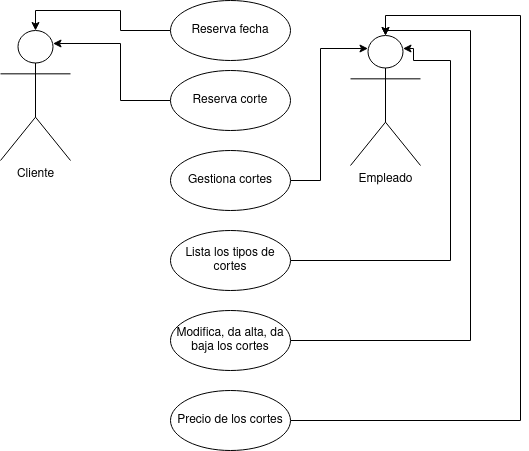
Before: doc/casos_uso/DrawIO/Casos-Uso.png, a diagram exported from draw.io (Jorgeev27/Servicio-Peluqueria). Source tidied: cells renumbered, new cells last; positions are measured from the earlier drawing's top-left corner, leaving out a move shared by most shapes.
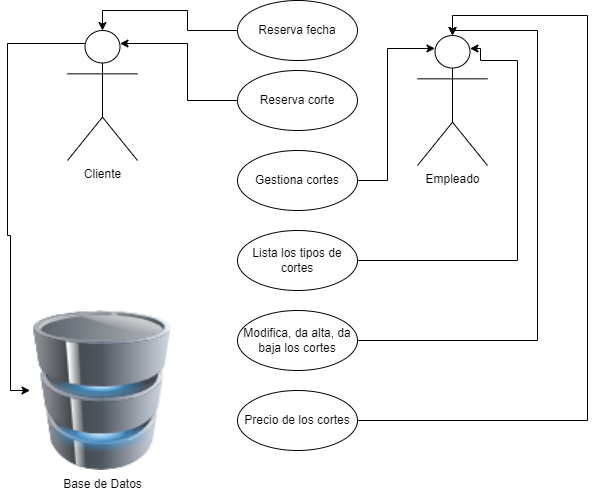
The same diagram one commit later.

Change to the diagram source:
```diff
@@ -2,6 +2,16 @@
   <root>
     <mxCell id="0" />
     <mxCell id="1" parent="0" />
+    <mxCell id="16" style="edgeStyle=orthogonalEdgeStyle;rounded=0;jettySize=auto;html=1;exitX=0.25;exitY=0.1;exitDx=0;exitDy=0;exitPerimeter=0;entryX=0;entryY=0.5;entryDx=0;entryDy=0;" parent="1" edge="1" source="2" target="17">
+      <mxGeometry relative="1" as="geometry">
+        <Array as="points">
+          <mxPoint x="-60" y="43" />
+          <mxPoint x="-60" y="235" />
+          <mxPoint x="-57" y="235" />
+          <mxPoint x="-57" y="390" />
+        </Array>
+      </mxGeometry>
+    </mxCell>
     <mxCell id="2" value="Cliente" style="shape=umlActor;verticalLabelPosition=bottom;verticalAlign=top;html=1;outlineConnect=0;" parent="1" vertex="1">
       <mxGeometry y="30" width="70" height="130" as="geometry" />
     </mxCell>
@@ -63,5 +73,8 @@
     <mxCell id="15" value="Precio de los cortes" style="ellipse;whiteSpace=wrap;html=1;" parent="1" vertex="1">
       <mxGeometry x="170" y="390" width="120" height="60" as="geometry" />
     </mxCell>
+    <mxCell id="17" value="Base de Datos" style="image;html=1;image=img/lib/clip_art/computers/Database_128x128.png;" parent="1" vertex="1">
+      <mxGeometry x="-37.5" y="310" width="145" height="160" as="geometry" />
+    </mxCell>
   </root>
 </mxGraphModel>
```
